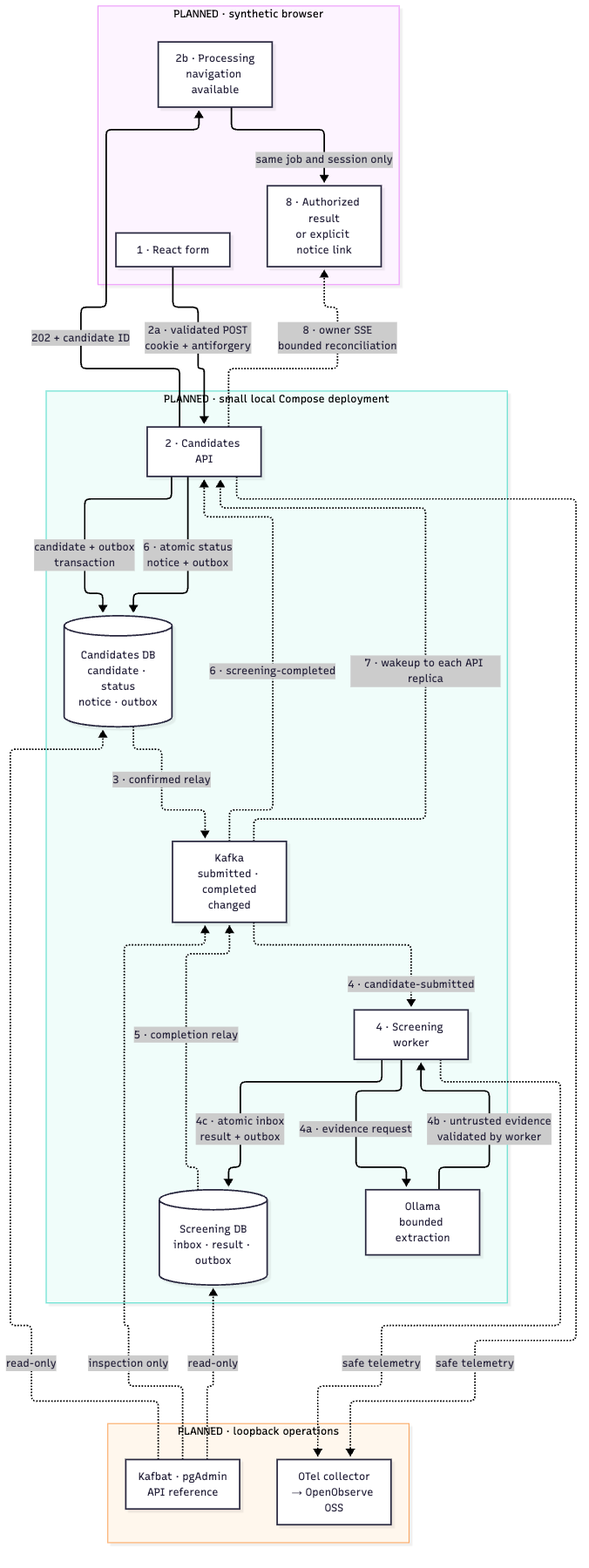
This is docs/assets/overview.png from junrillg/candidate-screening-kafka, a Mermaid export, as it was before one commit. Its source is kept beside it as docs/assets/overview.mmd. Source of this version:
```mermaid
flowchart TB
    subgraph Browser["PLANNED · synthetic browser"]
        UI["1 · React form"]
        P["2b · Processing<br/>navigation available"]
        R["8 · Authorized result<br/>or explicit notice link"]
    end
    subgraph Business["PLANNED · small local Compose deployment"]
        API["2 · Candidates API"]
        CDB[("Candidates DB<br/>candidate · status<br/>notice · outbox")]
        K["Kafka<br/>submitted · completed<br/>changed"]
        W["4 · Screening worker"]
        AI["Ollama<br/>bounded extraction"]
        SDB[("Screening DB<br/>inbox · result · outbox")]
    end
    subgraph Operations["PLANNED · loopback operations"]
        V["Kafbat · pgAdmin<br/>API reference"]
        O["OTel collector<br/>→ OpenObserve OSS"]
    end
    UI -->|"2a · validated POST<br/>cookie + antiforgery"| API
    API -->|"candidate + outbox<br/>transaction"| CDB
    API -->|"202 + candidate ID"| P
    CDB -. "3 · confirmed relay" .-> K
    K -. "4 · candidate-submitted" .-> W
    W -->|"4a · evidence request"| AI
    AI -->|"4b · untrusted evidence<br/>validated by worker"| W
    W -->|"4c · atomic inbox<br/>result + outbox"| SDB
    SDB -. "5 · completion relay" .-> K
    K -. "6 · screening-completed" .-> API
    API -->|"6 · atomic status<br/>notice + outbox"| CDB
    K -. "7 · wakeup to each API replica" .-> API
    API -. "8 · owner SSE<br/>bounded reconciliation" .-> R
    P -->|"same job and session only"| R
    API -. "safe telemetry" .-> O
    W -. "safe telemetry" .-> O
    V -. "inspection only" .-> K
    V -. "read-only" .-> CDB
    V -. "read-only" .-> SDB
```
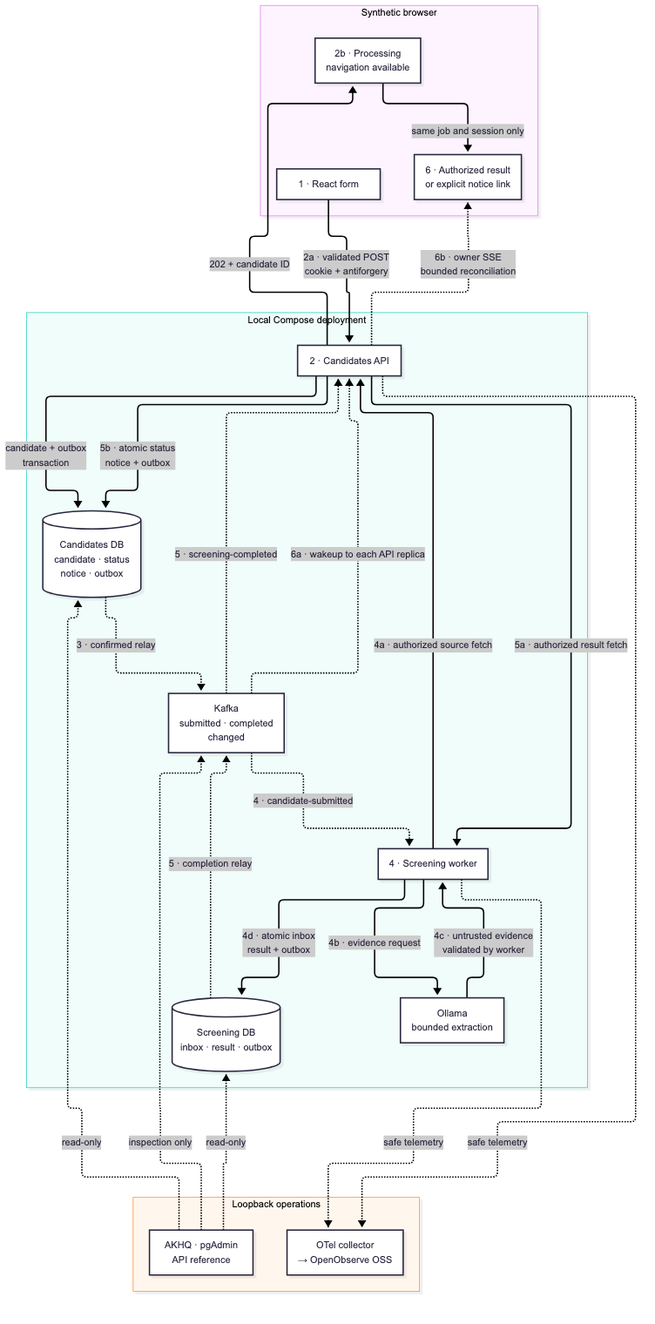
The same diagram one commit later.

The edit, as a diff of the source:
```diff
@@ -1,10 +1,10 @@
 flowchart TB
-    subgraph Browser["PLANNED · synthetic browser"]
+    subgraph Browser["Synthetic browser"]
         UI["1 · React form"]
         P["2b · Processing<br/>navigation available"]
-        R["8 · Authorized result<br/>or explicit notice link"]
+        R["6 · Authorized result<br/>or explicit notice link"]
     end
-    subgraph Business["PLANNED · small local Compose deployment"]
+    subgraph Business["Local Compose deployment"]
         API["2 · Candidates API"]
         CDB[("Candidates DB<br/>candidate · status<br/>notice · outbox")]
         K["Kafka<br/>submitted · completed<br/>changed"]
@@ -12,8 +12,8 @@
         AI["Ollama<br/>bounded extraction"]
         SDB[("Screening DB<br/>inbox · result · outbox")]
     end
-    subgraph Operations["PLANNED · loopback operations"]
-        V["Kafbat · pgAdmin<br/>API reference"]
+    subgraph Operations["Loopback operations"]
+        V["AKHQ · pgAdmin<br/>API reference"]
         O["OTel collector<br/>→ OpenObserve OSS"]
     end
     UI -->|"2a · validated POST<br/>cookie + antiforgery"| API
@@ -21,14 +21,16 @@
     API -->|"202 + candidate ID"| P
     CDB -. "3 · confirmed relay" .-> K
     K -. "4 · candidate-submitted" .-> W
-    W -->|"4a · evidence request"| AI
-    AI -->|"4b · untrusted evidence<br/>validated by worker"| W
-    W -->|"4c · atomic inbox<br/>result + outbox"| SDB
+    W -->|"4a · authorized source fetch"| API
+    W -->|"4b · evidence request"| AI
+    AI -->|"4c · untrusted evidence<br/>validated by worker"| W
+    W -->|"4d · atomic inbox<br/>result + outbox"| SDB
     SDB -. "5 · completion relay" .-> K
-    K -. "6 · screening-completed" .-> API
-    API -->|"6 · atomic status<br/>notice + outbox"| CDB
-    K -. "7 · wakeup to each API replica" .-> API
-    API -. "8 · owner SSE<br/>bounded reconciliation" .-> R
+    K -. "5 · screening-completed" .-> API
+    API -->|"5a · authorized result fetch"| W
+    API -->|"5b · atomic status<br/>notice + outbox"| CDB
+    K -. "6a · wakeup to each API replica" .-> API
+    API -. "6b · owner SSE<br/>bounded reconciliation" .-> R
     P -->|"same job and session only"| R
     API -. "safe telemetry" .-> O
     W -. "safe telemetry" .-> O
```
